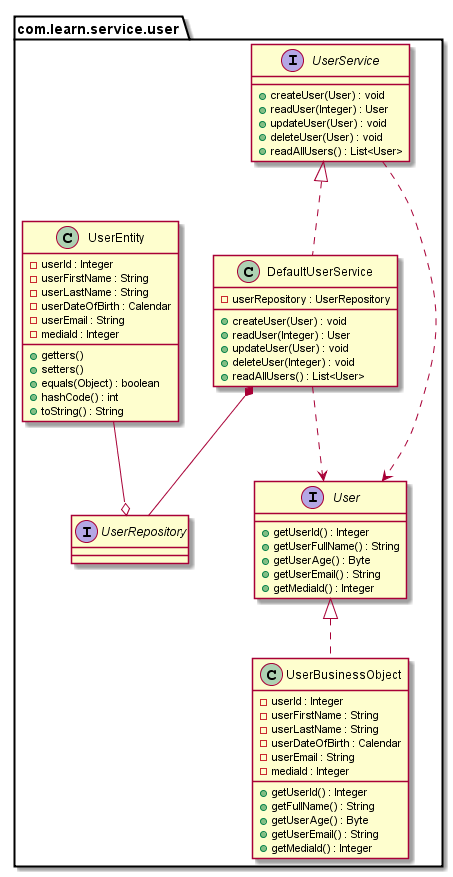
This is src/main/resources/pic/UserServiceClassDiagram.png from gabrianoo/prepare-your-self, a PlantUML export, as it was before one commit.
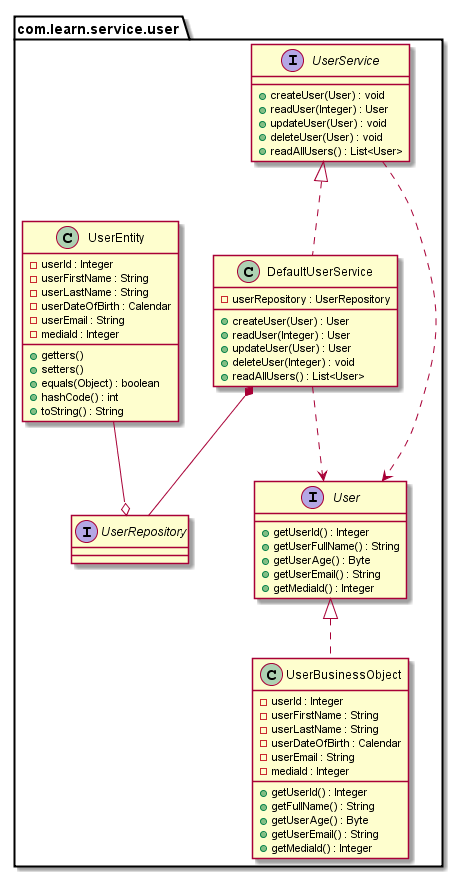
After the change.

Commit message:
Modified the user and media services to return the updated entity when update and create

Change to the diagram source:
```diff
@@ -21,9 +21,9 @@
 
     class DefaultUserService {
         - userRepository : UserRepository
-        + createUser(User) : void
+        + createUser(User) : User
         + readUser(Integer) : User
-        + updateUser(User) : void
+        + updateUser(User) : User
         + deleteUser(Integer) : void
         + readAllUsers() : List<User>
     }
```
